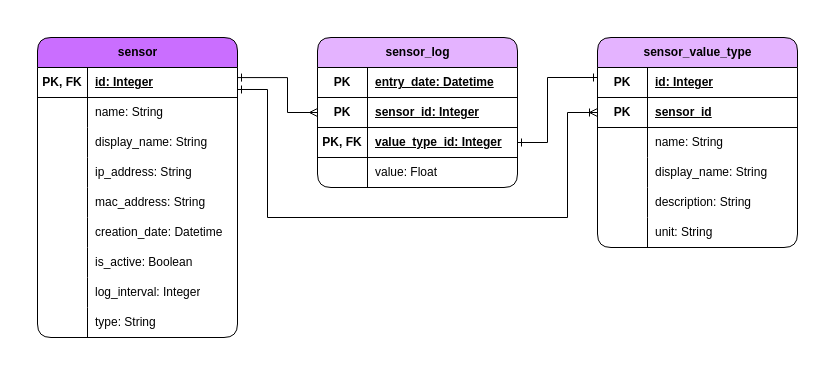
Earlier version of the draw.io diagram documentation/img/database_diagram.drawio (lukzimmermann/HomeAutomationServer). Source tidied: cells renumbered, new cells numbered last; positions are measured from the earlier drawing's top-left corner, leaving out a move shared by most shapes. Both pictures are drawn from the tidied source at 100%, with x=0, y=0 at pixel (17, 17).
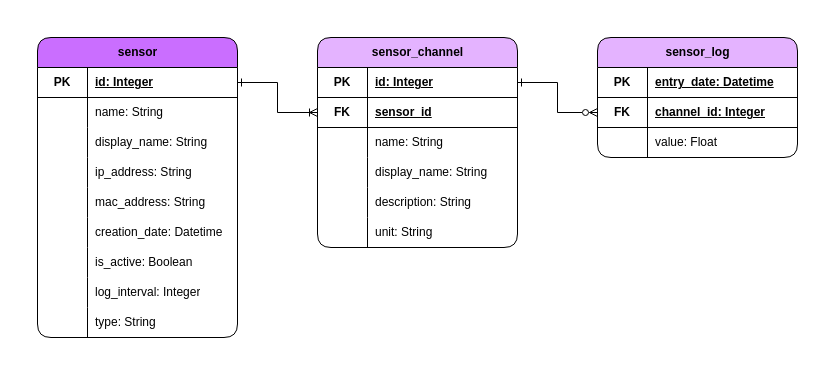
Above is the later version.

Unchanged cells that the change refers to:
```xml
<mxCell id="4" style="shape=tableRow;horizontal=0;startSize=0;swimlaneHead=0;swimlaneBody=0;fillColor=none;points=[[0,0.5],[1,0.5]];portConstraint=eastwest;top=0;left=0;right=0;bottom=1;" parent="3" vertex="1">
  <mxGeometry y="30" width="200" height="30" as="geometry" />
</mxCell>
<mxCell id="45" style="shape=tableRow;horizontal=0;startSize=0;swimlaneHead=0;swimlaneBody=0;fillColor=none;points=[[0,0.5],[1,0.5]];portConstraint=eastwest;top=0;left=0;right=0;bottom=1;" parent="44" vertex="1">
  <mxGeometry y="30" width="200" height="30" as="geometry" />
</mxCell>
<mxCell id="48" style="shape=tableRow;horizontal=0;startSize=0;swimlaneHead=0;swimlaneBody=0;fillColor=none;points=[[0,0.5],[1,0.5]];portConstraint=eastwest;top=0;left=0;right=0;bottom=1;" parent="44" vertex="1">
  <mxGeometry y="60" width="200" height="30" as="geometry" />
</mxCell>
```

Change to the diagram source:
```diff
@@
-    <mxCell id="5" value="PK, FK" style="shape=partialRectangle;fillColor=none;top=0;left=0;bottom=0;right=0;fontStyle=1;overflow=hidden;whiteSpace=wrap;html=1;" parent="4" vertex="1">
+    <mxCell id="5" value="PK" style="shape=partialRectangle;fillColor=none;top=0;left=0;bottom=0;right=0;fontStyle=1;overflow=hidden;whiteSpace=wrap;html=1;" parent="4" vertex="1">
       <mxGeometry width="50" height="30" as="geometry" />
     </mxCell>
@@
     <mxCell id="31" value="sensor_log" style="shape=table;startSize=30;childLayout=tableLayout;rowLines=0;fontStyle=1;align=center;html=1;rounded=1;fillColor=#e4b3ff;" parent="1" vertex="1">
-      <mxGeometry x="300" y="20" width="200" height="150" as="geometry" />
+      <mxGeometry x="580" y="20" width="200" height="120" as="geometry" />
     </mxCell>
@@
-    <mxCell id="35" style="shape=tableRow;horizontal=0;startSize=0;swimlaneHead=0;swimlaneBody=0;fillColor=none;points=[[0,0.5],[1,0.5]];portConstraint=eastwest;top=0;left=0;right=0;bottom=1;" parent="31" vertex="1">
-      <mxGeometry y="60" width="200" height="30" as="geometry" />
-    </mxCell>
-    <mxCell id="36" value="PK" style="shape=partialRectangle;fillColor=none;top=0;left=0;bottom=0;right=0;fontStyle=1;overflow=hidden;whiteSpace=wrap;html=1;" parent="35" vertex="1">
-      <mxGeometry width="50" height="30" as="geometry" />
-    </mxCell>
-    <mxCell id="37" value="sensor_id: Integer" style="shape=partialRectangle;fillColor=none;top=0;left=0;bottom=0;right=0;align=left;spacingLeft=6;fontStyle=5;overflow=hidden;whiteSpace=wrap;html=1;" parent="35" vertex="1">
-      <mxGeometry x="50" width="150" height="30" as="geometry" />
-    </mxCell>
     <mxCell id="38" style="shape=tableRow;horizontal=0;startSize=0;swimlaneHead=0;swimlaneBody=0;fillColor=none;points=[[0,0.5],[1,0.5]];portConstraint=eastwest;top=0;left=0;right=0;bottom=1;" parent="31" vertex="1">
-      <mxGeometry y="90" width="200" height="30" as="geometry" />
+      <mxGeometry y="60" width="200" height="30" as="geometry" />
     </mxCell>
-    <mxCell id="39" value="PK, FK" style="shape=partialRectangle;fillColor=none;top=0;left=0;bottom=0;right=0;fontStyle=1;overflow=hidden;whiteSpace=wrap;html=1;" parent="38" vertex="1">
+    <mxCell id="39" value="FK" style="shape=partialRectangle;fillColor=none;top=0;left=0;bottom=0;right=0;fontStyle=1;overflow=hidden;whiteSpace=wrap;html=1;" parent="38" vertex="1">
       <mxGeometry width="50" height="30" as="geometry" />
     </mxCell>
-    <mxCell id="40" value="value_type_id: Integer" style="shape=partialRectangle;fillColor=none;top=0;left=0;bottom=0;right=0;align=left;spacingLeft=6;fontStyle=5;overflow=hidden;whiteSpace=wrap;html=1;" parent="38" vertex="1">
+    <mxCell id="40" value="channel_id: Integer" style="shape=partialRectangle;fillColor=none;top=0;left=0;bottom=0;right=0;align=left;spacingLeft=6;fontStyle=5;overflow=hidden;whiteSpace=wrap;html=1;" parent="38" vertex="1">
       <mxGeometry x="50" width="150" height="30" as="geometry" />
     </mxCell>
     <mxCell id="41" style="shape=tableRow;horizontal=0;startSize=0;swimlaneHead=0;swimlaneBody=0;fillColor=none;top=0;left=0;right=0;bottom=0;" parent="31" vertex="1">
-      <mxGeometry y="120" width="200" height="30" as="geometry" />
+      <mxGeometry y="90" width="200" height="30" as="geometry" />
     </mxCell>
@@
-    <mxCell id="44" value="sensor_value_type" style="shape=table;startSize=30;childLayout=tableLayout;rowLines=0;fontStyle=1;align=center;html=1;rounded=1;shadow=0;fillColor=#e4b3ff;" parent="1" vertex="1">
-      <mxGeometry x="580" y="20" width="200" height="210" as="geometry" />
+    <mxCell id="44" value="sensor_channel" style="shape=table;startSize=30;childLayout=tableLayout;rowLines=0;fontStyle=1;align=center;html=1;rounded=1;shadow=0;fillColor=#e4b3ff;" parent="1" vertex="1">
+      <mxGeometry x="300" y="20" width="200" height="210" as="geometry" />
     </mxCell>
@@
-    <mxCell id="49" value="PK" style="shape=partialRectangle;fillColor=none;top=0;left=0;bottom=0;right=0;fontStyle=1;overflow=hidden;whiteSpace=wrap;html=1;" parent="48" vertex="1">
+    <mxCell id="49" value="FK" style="shape=partialRectangle;fillColor=none;top=0;left=0;bottom=0;right=0;fontStyle=1;overflow=hidden;whiteSpace=wrap;html=1;" parent="48" vertex="1">
       <mxGeometry width="50" height="30" as="geometry" />
     </mxCell>
@@
-    <mxCell id="63" style="edgeStyle=orthogonalEdgeStyle;rounded=0;jettySize=auto;html=1;exitX=1;exitY=0.336;exitDx=0;exitDy=0;entryX=0;entryY=0.5;entryDx=0;entryDy=0;endArrow=ERmany;endFill=0;startArrow=ERone;startFill=0;exitPerimeter=0;" parent="1" edge="1" source="4" target="35">
-      <mxGeometry relative="1" as="geometry">
-        <Array as="points">
-          <mxPoint x="270" y="60" />
-          <mxPoint x="270" y="95" />
-        </Array>
-      </mxGeometry>
-    </mxCell>
-    <mxCell id="64" style="edgeStyle=orthogonalEdgeStyle;rounded=0;jettySize=auto;html=1;exitX=1;exitY=0.5;exitDx=0;exitDy=0;startArrow=ERone;startFill=0;endArrow=ERone;endFill=0;" parent="1" edge="1" source="38">
-      <mxGeometry relative="1" as="geometry">
-        <mxPoint x="580" y="60" as="targetPoint" />
-        <Array as="points">
-          <mxPoint x="530" y="125" />
-          <mxPoint x="530" y="60" />
-          <mxPoint x="580" y="60" />
-        </Array>
-      </mxGeometry>
-    </mxCell>
-    <mxCell id="65" style="edgeStyle=orthogonalEdgeStyle;rounded=0;jettySize=auto;html=1;exitX=0;exitY=0.5;exitDx=0;exitDy=0;entryX=1;entryY=0.733;entryDx=0;entryDy=0;entryPerimeter=0;startArrow=ERoneToMany;startFill=0;endArrow=ERone;endFill=0;" parent="1" edge="1" source="48" target="4">
+    <mxCell id="65" style="edgeStyle=orthogonalEdgeStyle;rounded=0;jettySize=auto;html=1;exitX=0;exitY=0.5;exitDx=0;exitDy=0;entryX=1;entryY=0.5;entryDx=0;entryDy=0;startArrow=ERoneToMany;startFill=0;endArrow=ERone;endFill=0;" parent="1" edge="1" source="48" target="4">
       <mxGeometry relative="1" as="geometry">
         <Array as="points">
-          <mxPoint x="550" y="95" />
-          <mxPoint x="550" y="200" />
-          <mxPoint x="250" y="200" />
-          <mxPoint x="250" y="72" />
+          <mxPoint x="260" y="95" />
+          <mxPoint x="260" y="65" />
         </Array>
       </mxGeometry>
     </mxCell>
+    <mxCell id="66" style="edgeStyle=orthogonalEdgeStyle;rounded=0;jettySize=auto;html=1;exitX=1;exitY=0.5;exitDx=0;exitDy=0;entryX=0;entryY=0.5;entryDx=0;entryDy=0;startArrow=ERone;startFill=0;endArrow=ERzeroToMany;endFill=0;" parent="1" edge="1" source="45" target="38">
+      <mxGeometry relative="1" as="geometry" />
+    </mxCell>
```
